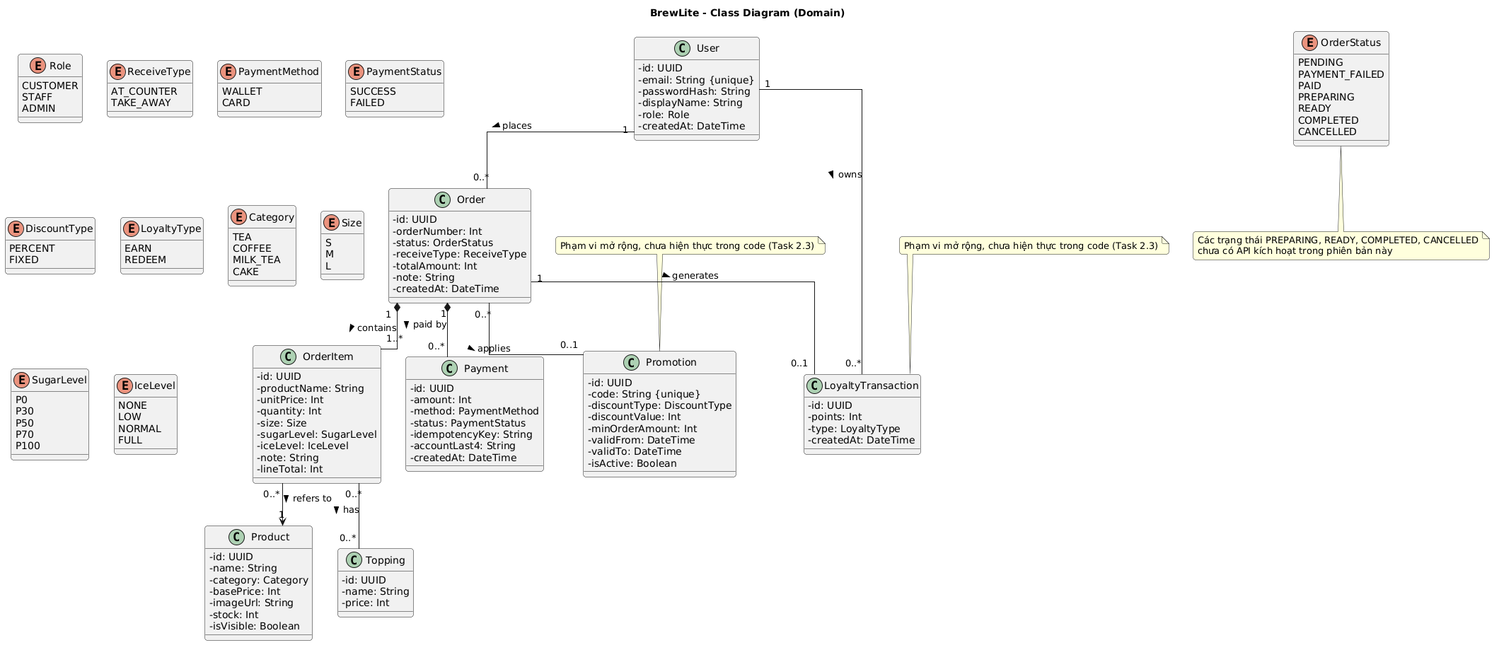
This is docs/diagrams/classdiagram.png from Thori2724/BrewLite-CNPM-nh-m-12, a PlantUML export, as it was before one commit. Source of this version:
```plantuml
@startuml
title BrewLite - Class Diagram (Domain)
skinparam classAttributeIconSize 0
skinparam linetype ortho
skinparam roundcorner 8

class User {
  - id: UUID
  - email: String {unique}
  - passwordHash: String
  - displayName: String
  - role: Role
  - createdAt: DateTime
}

class Product {
  - id: UUID
  - name: String
  - category: Category
  - basePrice: Int
  - imageUrl: String
  - stock: Int
  - isVisible: Boolean
}

class Topping {
  - id: UUID
  - name: String
  - price: Int
}

class Order {
  - id: UUID
  - orderNumber: Int
  - status: OrderStatus
  - receiveType: ReceiveType
  - totalAmount: Int
  - note: String
  - createdAt: DateTime
}

class OrderItem {
  - id: UUID
  - productName: String
  - unitPrice: Int
  - quantity: Int
  - size: Size
  - sugarLevel: SugarLevel
  - iceLevel: IceLevel
  - note: String
  - lineTotal: Int
}

class Payment {
  - id: UUID
  - amount: Int
  - method: PaymentMethod
  - status: PaymentStatus
  - idempotencyKey: String
  - accountLast4: String
  - createdAt: DateTime
}

class Promotion {
  - id: UUID
  - code: String {unique}
  - discountType: DiscountType
  - discountValue: Int
  - minOrderAmount: Int
  - validFrom: DateTime
  - validTo: DateTime
  - isActive: Boolean
}
note top of Promotion : Phạm vi mở rộng, chưa hiện thực trong code (Task 2.3)

class LoyaltyTransaction {
  - id: UUID
  - points: Int
  - type: LoyaltyType
  - createdAt: DateTime
}
note top of LoyaltyTransaction : Phạm vi mở rộng, chưa hiện thực trong code (Task 2.3)

User "1" -- "0..*" Order : places >
Order "1" *-- "1..*" OrderItem : contains >
OrderItem "0..*" --> "1" Product : refers to >
OrderItem "0..*" -- "0..*" Topping : has >
Order "1" *-- "0..*" Payment : paid by >
Order "0..*" -- "0..1" Promotion : applies >
User "1" -- "0..*" LoyaltyTransaction : owns >
Order "1" -- "0..1" LoyaltyTransaction : generates >

enum Role {
  CUSTOMER
  STAFF
  ADMIN
}

enum OrderStatus {
  PENDING
  PAYMENT_FAILED
  PAID
  PREPARING
  READY
  COMPLETED
  CANCELLED
}
note bottom of OrderStatus : Các trạng thái PREPARING, READY, COMPLETED, CANCELLED\nchưa có API kích hoạt trong phiên bản này

enum ReceiveType {
  AT_COUNTER
  TAKE_AWAY
}

enum PaymentMethod {
  WALLET
  CARD
}

enum PaymentStatus {
  SUCCESS
  FAILED
}

enum DiscountType {
  PERCENT
  FIXED
}

enum LoyaltyType {
  EARN
  REDEEM
}

enum Category {
  TEA
  COFFEE
  MILK_TEA
  CAKE
}

enum Size {
  S
  M
  L
}

enum SugarLevel {
  P0
  P30
  P50
  P70
  P100
}

enum IceLevel {
  NONE
  LOW
  NORMAL
  FULL
}
@enduml
```
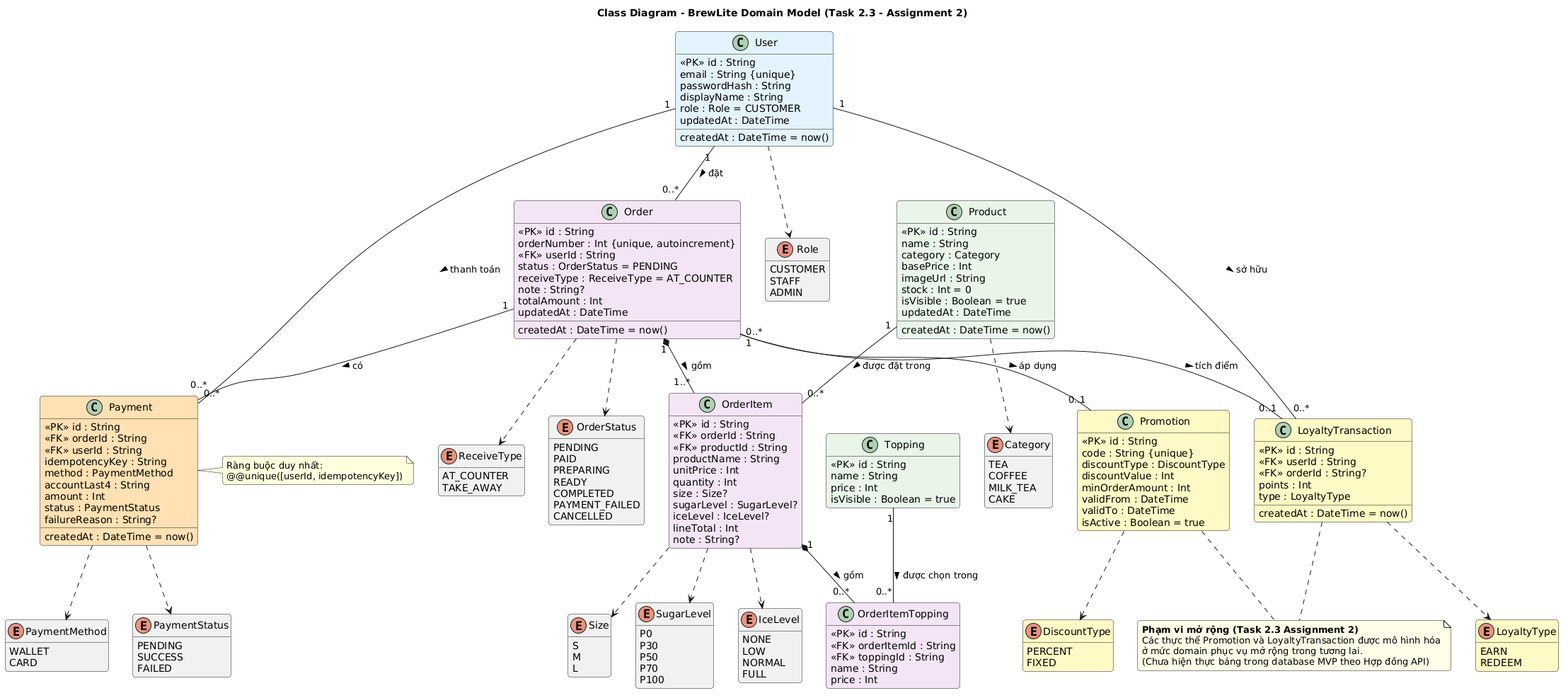
The same file after the commit.

Commit message:
fix class diagram

What changed in the source:
```diff
@@ -1,142 +1,23 @@
 @startuml
-title BrewLite - Class Diagram (Domain)
+title Class Diagram - BrewLite Domain Model (Task 2.3 - Assignment 2)
+
 skinparam classAttributeIconSize 0
-skinparam linetype ortho
+skinparam shadowing false
 skinparam roundcorner 8
+hide empty members
 
-class User {
-  - id: UUID
-  - email: String {unique}
-  - passwordHash: String
-  - displayName: String
-  - role: Role
-  - createdAt: DateTime
-}
-
-class Product {
-  - id: UUID
-  - name: String
-  - category: Category
-  - basePrice: Int
-  - imageUrl: String
-  - stock: Int
-  - isVisible: Boolean
-}
-
-class Topping {
-  - id: UUID
-  - name: String
-  - price: Int
-}
-
-class Order {
-  - id: UUID
-  - orderNumber: Int
-  - status: OrderStatus
-  - receiveType: ReceiveType
-  - totalAmount: Int
-  - note: String
-  - createdAt: DateTime
-}
-
-class OrderItem {
-  - id: UUID
-  - productName: String
-  - unitPrice: Int
-  - quantity: Int
-  - size: Size
-  - sugarLevel: SugarLevel
-  - iceLevel: IceLevel
-  - note: String
-  - lineTotal: Int
-}
-
-class Payment {
-  - id: UUID
-  - amount: Int
-  - method: PaymentMethod
-  - status: PaymentStatus
-  - idempotencyKey: String
-  - accountLast4: String
-  - createdAt: DateTime
-}
-
-class Promotion {
-  - id: UUID
-  - code: String {unique}
-  - discountType: DiscountType
-  - discountValue: Int
-  - minOrderAmount: Int
-  - validFrom: DateTime
-  - validTo: DateTime
-  - isActive: Boolean
-}
-note top of Promotion : Phạm vi mở rộng, chưa hiện thực trong code (Task 2.3)
-
-class LoyaltyTransaction {
-  - id: UUID
-  - points: Int
-  - type: LoyaltyType
-  - createdAt: DateTime
-}
-note top of LoyaltyTransaction : Phạm vi mở rộng, chưa hiện thực trong code (Task 2.3)
-
-User "1" -- "0..*" Order : places >
-Order "1" *-- "1..*" OrderItem : contains >
-OrderItem "0..*" --> "1" Product : refers to >
-OrderItem "0..*" -- "0..*" Topping : has >
-Order "1" *-- "0..*" Payment : paid by >
-Order "0..*" -- "0..1" Promotion : applies >
-User "1" -- "0..*" LoyaltyTransaction : owns >
-Order "1" -- "0..1" LoyaltyTransaction : generates >
-
-enum Role {
-  CUSTOMER
-  STAFF
-  ADMIN
-}
-
-enum OrderStatus {
-  PENDING
-  PAYMENT_FAILED
-  PAID
-  PREPARING
-  READY
-  COMPLETED
-  CANCELLED
-}
-note bottom of OrderStatus : Các trạng thái PREPARING, READY, COMPLETED, CANCELLED\nchưa có API kích hoạt trong phiên bản này
-
-enum ReceiveType {
-  AT_COUNTER
-  TAKE_AWAY
-}
-
-enum PaymentMethod {
-  WALLET
-  CARD
-}
-
-enum PaymentStatus {
-  SUCCESS
-  FAILED
-}
-
-enum DiscountType {
-  PERCENT
-  FIXED
-}
-
-enum LoyaltyType {
-  EARN
-  REDEEM
-}
 
 enum Category {
   TEA
   COFFEE
   MILK_TEA
   CAKE
+}
+
+enum Role {
+  CUSTOMER
+  STAFF
+  ADMIN
 }
 
 enum Size {
@@ -159,4 +40,175 @@
   NORMAL
   FULL
 }
+
+enum ReceiveType {
+  AT_COUNTER
+  TAKE_AWAY
+}
+
+enum OrderStatus {
+  PENDING
+  PAID
+  PREPARING
+  READY
+  COMPLETED
+  PAYMENT_FAILED
+  CANCELLED
+}
+
+enum PaymentMethod {
+  WALLET
+  CARD
+}
+
+enum PaymentStatus {
+  PENDING
+  SUCCESS
+  FAILED
+}
+
+
+enum DiscountType #FFF9C4 {
+  PERCENT
+  FIXED
+}
+
+enum LoyaltyType #FFF9C4 {
+  EARN
+  REDEEM
+}
+
+
+class Product #E8F5E9 {
+  {field} <<PK>> id : String
+  name : String
+  category : Category
+  basePrice : Int
+  imageUrl : String
+  stock : Int = 0
+  isVisible : Boolean = true
+  createdAt : DateTime = now()
+  updatedAt : DateTime
+}
+
+class User #E3F2FD {
+  {field} <<PK>> id : String
+  email : String {unique}
+  passwordHash : String
+  displayName : String
+  role : Role = CUSTOMER
+  createdAt : DateTime = now()
+  updatedAt : DateTime
+}
+
+class Topping #E8F5E9 {
+  {field} <<PK>> id : String
+  name : String
+  price : Int
+  isVisible : Boolean = true
+}
+
+class Order #F3E5F5 {
+  {field} <<PK>> id : String
+  orderNumber : Int {unique, autoincrement}
+  {field} <<FK>> userId : String
+  status : OrderStatus = PENDING
+  receiveType : ReceiveType = AT_COUNTER
+  note : String?
+  totalAmount : Int
+  createdAt : DateTime = now()
+  updatedAt : DateTime
+}
+
+class OrderItem #F3E5F5 {
+  {field} <<PK>> id : String
+  {field} <<FK>> orderId : String
+  {field} <<FK>> productId : String
+  productName : String
+  unitPrice : Int
+  quantity : Int
+  size : Size?
+  sugarLevel : SugarLevel?
+  iceLevel : IceLevel?
+  lineTotal : Int
+  note : String?
+}
+
+class OrderItemTopping #F3E5F5 {
+  {field} <<PK>> id : String
+  {field} <<FK>> orderItemId : String
+  {field} <<FK>> toppingId : String
+  name : String
+  price : Int
+}
+
+class Payment #FFE0B2 {
+  {field} <<PK>> id : String
+  {field} <<FK>> orderId : String
+  {field} <<FK>> userId : String
+  idempotencyKey : String
+  method : PaymentMethod
+  accountLast4 : String
+  amount : Int
+  status : PaymentStatus
+  failureReason : String?
+  createdAt : DateTime = now()
+}
+
+note right of Payment
+  Ràng buộc duy nhất:
+  @@unique([userId, idempotencyKey])
+end note
+
+
+class Promotion #FFF9C4 {
+  {field} <<PK>> id : String
+  code : String {unique}
+  discountType : DiscountType
+  discountValue : Int
+  minOrderAmount : Int
+  validFrom : DateTime
+  validTo : DateTime
+  isActive : Boolean = true
+}
+
+class LoyaltyTransaction #FFF9C4 {
+  {field} <<PK>> id : String
+  {field} <<FK>> userId : String
+  {field} <<FK>> orderId : String?
+  points : Int
+  type : LoyaltyType
+  createdAt : DateTime = now()
+}
+
+note "<b>Phạm vi mở rộng (Task 2.3 Assignment 2)</b>\nCác thực thể Promotion và LoyaltyTransaction được mô hình hóa\nở mức domain phục vụ mở rộng trong tương lai.\n(Chưa hiện thực bảng trong database MVP theo Hợp đồng API)" as N_EXT #FFFDE7
+
+Promotion .. N_EXT
+LoyaltyTransaction .. N_EXT
+
+
+User "1" -- "0..*" Order : đặt >
+User "1" -- "0..*" Payment : thanh toán >
+Order "1" *-- "1..*" OrderItem : gồm >
+Order "1" -- "0..*" Payment : có >
+Product "1" -- "0..*" OrderItem : được đặt trong >
+OrderItem "1" *-- "0..*" OrderItemTopping : gồm >
+Topping "1" -- "0..*" OrderItemTopping : được chọn trong >
+
+Order "0..*" -- "0..1" Promotion : áp dụng >
+User "1" -- "0..*" LoyaltyTransaction : sở hữu >
+Order "1" -- "0..1" LoyaltyTransaction : tích điểm >
+
+
+Product ..> Category
+User ..> Role
+Order ..> OrderStatus
+Order ..> ReceiveType
+OrderItem ..> Size
+OrderItem ..> SugarLevel
+OrderItem ..> IceLevel
+Payment ..> PaymentMethod
+Payment ..> PaymentStatus
+Promotion ..> DiscountType
+LoyaltyTransaction ..> LoyaltyType
 @enduml
```
